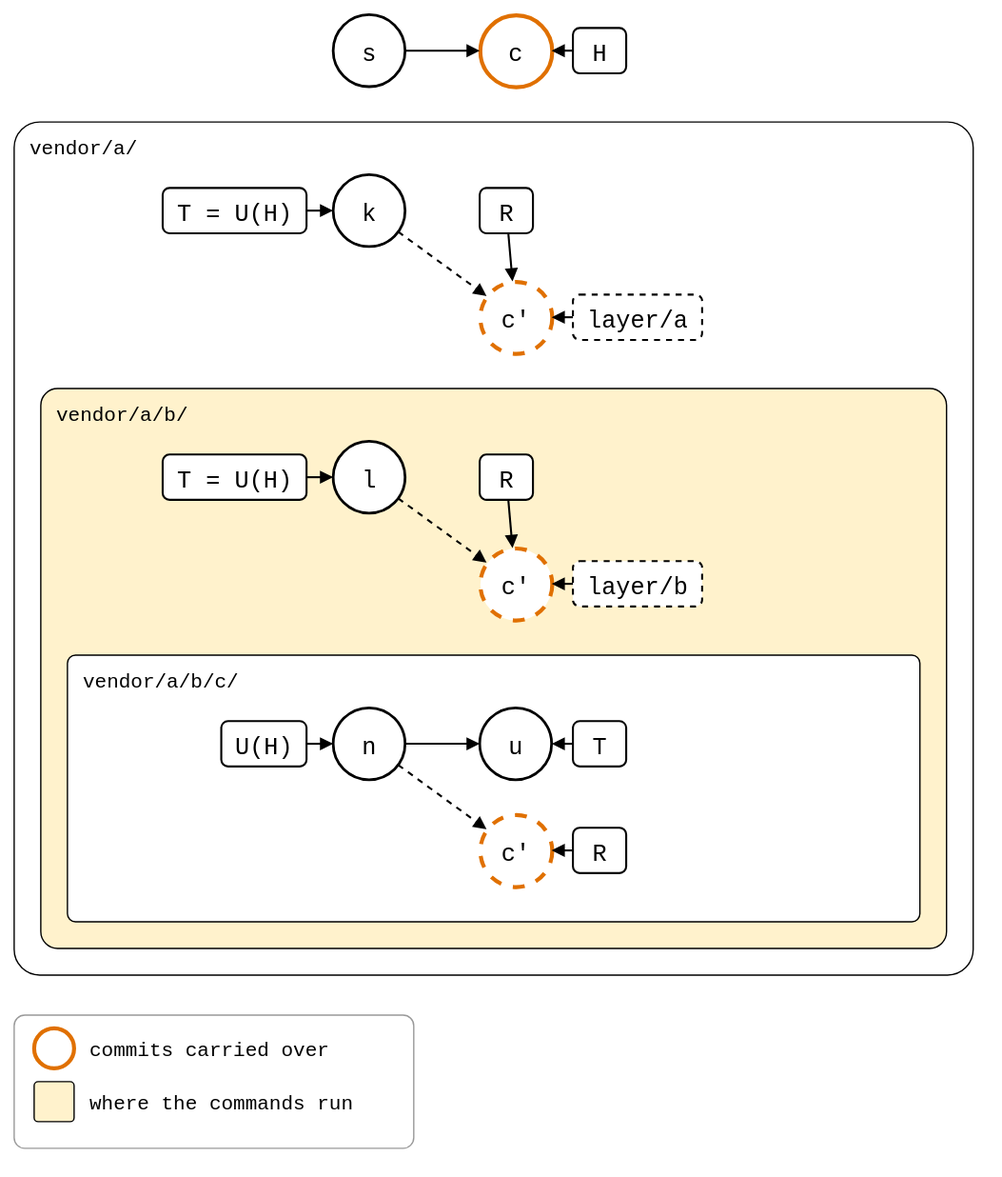
roschaefer/git-splice keeps this draw.io diagram as docs/09-scenarios/05-nested-splices/01-nested-splices/02-three-levels/levels-worktrees.drawio.svg. Above is the earlier version. Source tidied: cells renumbered, new cells last; positions are measured from the earlier drawing's top-left corner, leaving out a move shared by most shapes.
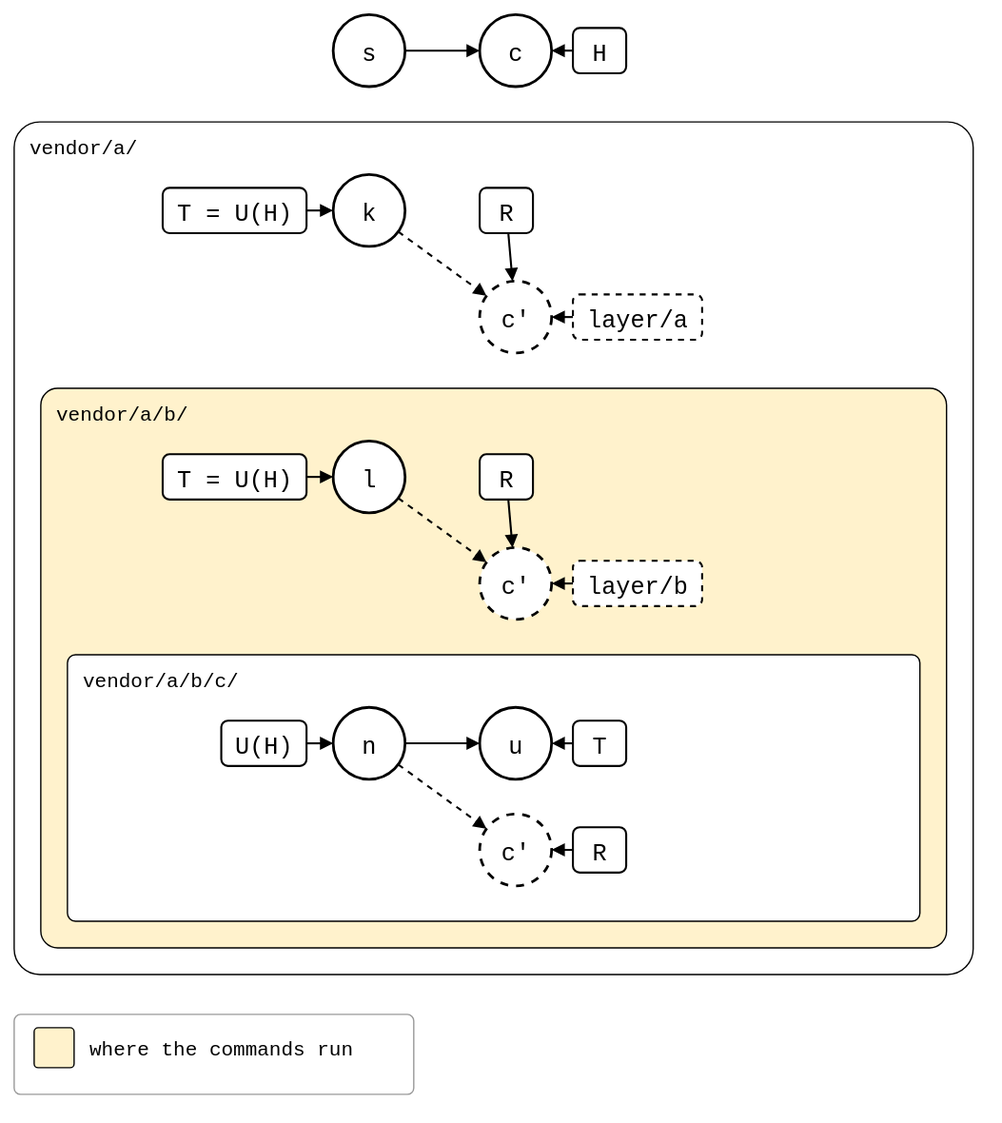
Above is the later version.

Commit message:
docs(scenarios): follow the pulled commit out through the levels in blue

What changed in the source:
```diff
@@ -14,7 +14,7 @@
     <mxCell id="5" value="s" style="ellipse;strokeWidth=2;fontSize=18;fontFamily=Roboto Mono,monospace;" parent="1" vertex="1">
       <mxGeometry x="240" width="54" height="54" as="geometry" />
     </mxCell>
-    <mxCell id="6" value="c" style="ellipse;strokeWidth=2;fontSize=18;fontFamily=Roboto Mono,monospace;strokeColor=#E07000;strokeWidth=3;" parent="1" vertex="1">
+    <mxCell id="6" value="c" style="ellipse;strokeWidth=2;fontSize=18;fontFamily=Roboto Mono,monospace;" parent="1" vertex="1">
       <mxGeometry x="350" width="54" height="54" as="geometry" />
     </mxCell>
     <mxCell id="7" style="endArrow=block;endFill=1;html=1;strokeWidth=1.5;rounded=0;" parent="1" edge="1" source="5" target="6">
@@ -29,7 +29,7 @@
     <mxCell id="10" value="k" style="ellipse;strokeWidth=2;fontSize=18;fontFamily=Roboto Mono,monospace;" parent="1" vertex="1">
       <mxGeometry x="240" y="120" width="54" height="54" as="geometry" />
     </mxCell>
-    <mxCell id="11" value="c'" style="ellipse;strokeWidth=2;fontSize=18;fontFamily=Roboto Mono,monospace;dashed=1;strokeColor=#E07000;strokeWidth=3;" parent="1" vertex="1">
+    <mxCell id="11" value="c'" style="ellipse;strokeWidth=2;fontSize=18;fontFamily=Roboto Mono,monospace;dashed=1;" parent="1" vertex="1">
       <mxGeometry x="350" y="200" width="54" height="54" as="geometry" />
     </mxCell>
     <mxCell id="12" style="endArrow=block;endFill=1;html=1;strokeWidth=1.5;rounded=0;dashed=1;" parent="1" edge="1" source="10" target="11">
@@ -38,7 +38,7 @@
     <mxCell id="13" value="l" style="ellipse;strokeWidth=2;fontSize=18;fontFamily=Roboto Mono,monospace;" parent="1" vertex="1">
       <mxGeometry x="240" y="320" width="54" height="54" as="geometry" />
     </mxCell>
-    <mxCell id="14" value="c'" style="ellipse;strokeWidth=2;fontSize=18;fontFamily=Roboto Mono,monospace;dashed=1;strokeColor=#E07000;strokeWidth=3;" parent="1" vertex="1">
+    <mxCell id="14" value="c'" style="ellipse;strokeWidth=2;fontSize=18;fontFamily=Roboto Mono,monospace;dashed=1;" parent="1" vertex="1">
       <mxGeometry x="350" y="400" width="54" height="54" as="geometry" />
     </mxCell>
     <mxCell id="15" style="endArrow=block;endFill=1;html=1;strokeWidth=1.5;rounded=0;dashed=1;" parent="1" edge="1" source="13" target="14">
@@ -53,7 +53,7 @@
     <mxCell id="18" style="endArrow=block;endFill=1;html=1;strokeWidth=1.5;rounded=0;" parent="1" edge="1" source="16" target="17">
       <mxGeometry relative="1" as="geometry" />
     </mxCell>
-    <mxCell id="19" value="c'" style="ellipse;strokeWidth=2;fontSize=18;fontFamily=Roboto Mono,monospace;dashed=1;strokeColor=#E07000;strokeWidth=3;" parent="1" vertex="1">
+    <mxCell id="19" value="c'" style="ellipse;strokeWidth=2;fontSize=18;fontFamily=Roboto Mono,monospace;dashed=1;" parent="1" vertex="1">
       <mxGeometry x="350" y="600" width="54" height="54" as="geometry" />
     </mxCell>
     <mxCell id="20" style="endArrow=block;endFill=1;html=1;strokeWidth=1.5;rounded=0;dashed=1;" parent="1" edge="1" source="16" target="19">
@@ -114,19 +114,13 @@
       <mxGeometry relative="1" as="geometry" />
     </mxCell>
     <mxCell id="39" style="rounded=1;arcSize=8;fillColor=none;strokeColor=#999999;strokeWidth=1;legend=1;" parent="1" vertex="1">
-      <mxGeometry y="750" width="300" height="100" as="geometry" />
+      <mxGeometry y="750" width="300" height="60" as="geometry" />
     </mxCell>
-    <mxCell id="40" style="ellipse;fontSize=13;fontFamily=Roboto Mono,monospace;strokeWidth=2;strokeColor=#E07000;strokeWidth=3;" parent="39" vertex="1">
-      <mxGeometry x="15" y="10" width="30" height="30" as="geometry" />
-    </mxCell>
-    <mxCell id="41" value="commits carried over" style="text;align=left;verticalAlign=middle;fontSize=15;fontFamily=Roboto Mono,monospace;" parent="39" vertex="1">
-      <mxGeometry x="55" y="10" width="240" height="30" as="geometry" />
-    </mxCell>
     <mxCell id="42" style="rounded=1;arcSize=10;strokeWidth=1;fillColor=#FFF2CC;" parent="39" vertex="1">
-      <mxGeometry x="15" y="50" width="30" height="30" as="geometry" />
+      <mxGeometry x="15" y="10" width="30" height="30" as="geometry" />
     </mxCell>
     <mxCell id="43" value="where the commands run" style="text;align=left;verticalAlign=middle;fontSize=15;fontFamily=Roboto Mono,monospace;" parent="39" vertex="1">
-      <mxGeometry x="55" y="50" width="240" height="30" as="geometry" />
+      <mxGeometry x="55" y="10" width="240" height="30" as="geometry" />
     </mxCell>
   </root>
 </mxGraphModel>
```
